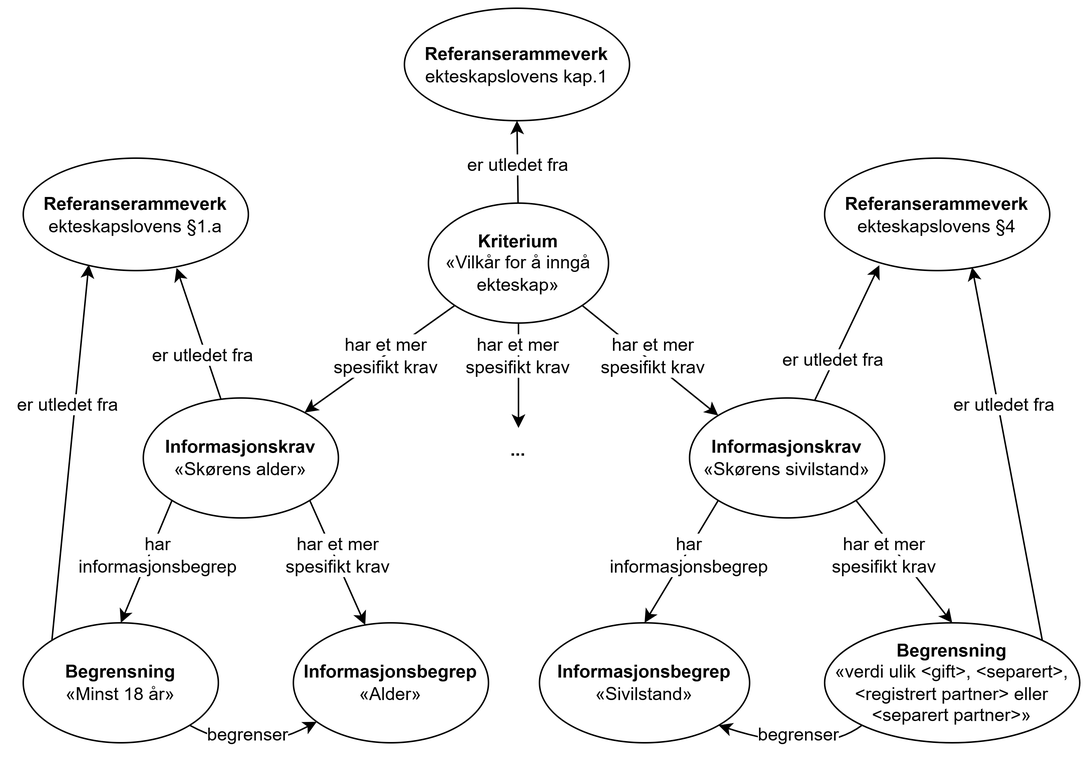
Above: docs/images/Figur-eksempelbruk-krav-utledet-fra-regelverk.png in Informasjonsforvaltning/cccev-ap-no (draw.io), before the change. Source tidied: cells renumbered, new cells last; positions are measured from the earlier drawing's top-left corner, leaving out a move shared by most shapes.
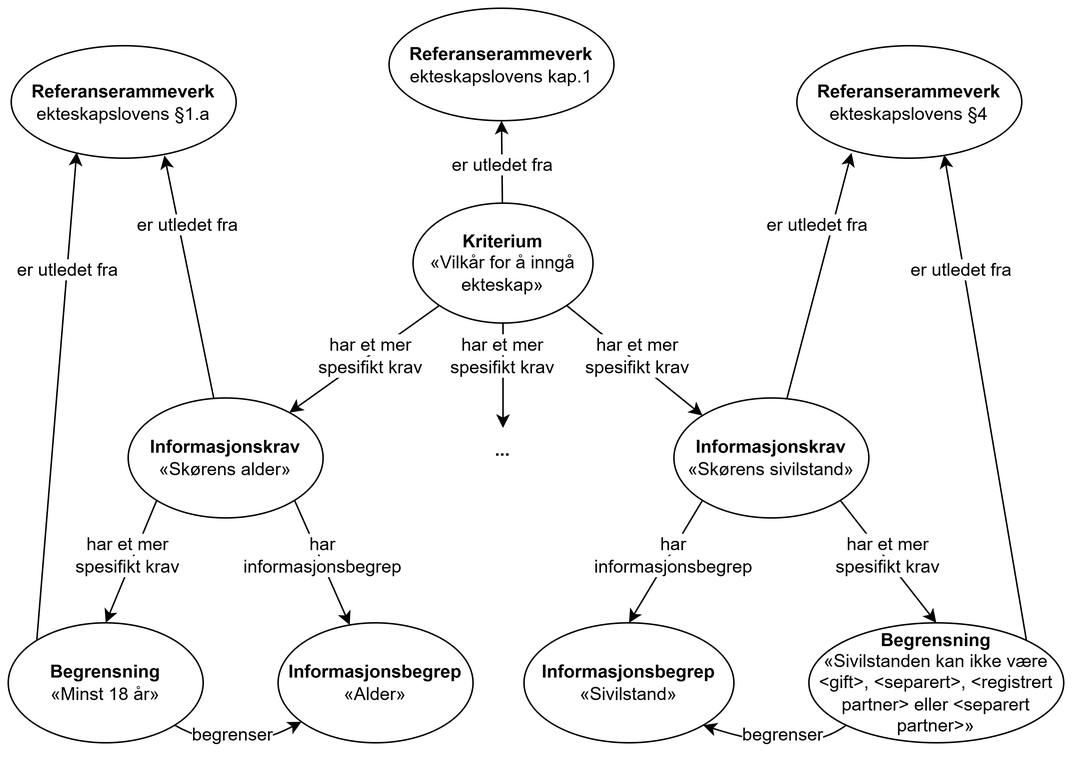
After the commit.

Diff of the diagram source:
```diff
@@ -20,7 +20,7 @@
     <mxCell id="7" value="&lt;b&gt;Informasjonsbegrep&lt;/b&gt;&lt;div&gt;«Sivilstand»&lt;/div&gt;" style="ellipse;whiteSpace=wrap;html=1;" parent="1" vertex="1">
       <mxGeometry x="354" y="410" width="140" height="80" as="geometry" />
     </mxCell>
-    <mxCell id="8" value="&lt;b&gt;Begrensning&lt;/b&gt;&lt;div&gt;«verdi ulik &amp;lt;gift&amp;gt;, &amp;lt;separert&amp;gt;, &amp;lt;registrert partner&amp;gt; eller &amp;lt;separert partner&amp;gt;»&lt;/div&gt;" style="ellipse;whiteSpace=wrap;html=1;" parent="1" vertex="1">
+    <mxCell id="8" value="&lt;b&gt;Begrensning&lt;/b&gt;&lt;div&gt;«Sivilstanden kan ikke være &amp;lt;gift&amp;gt;, &amp;lt;separert&amp;gt;, &amp;lt;registrert partner&amp;gt; eller &amp;lt;separert partner&amp;gt;»&lt;/div&gt;" style="ellipse;whiteSpace=wrap;html=1;" parent="1" vertex="1">
       <mxGeometry x="544" y="410" width="170" height="80" as="geometry" />
     </mxCell>
     <mxCell id="9" style="endArrow=classic;html=1;rounded=0;exitX=0;exitY=1;exitDx=0;exitDy=0;" parent="1" edge="1" source="2" target="3">
@@ -57,13 +57,13 @@
       <mxGeometry x="390" y="217" width="80" height="30" as="geometry" />
     </mxCell>
     <mxCell id="20" value="&lt;span style=&quot;background-color: light-dark(#ffffff, var(--ge-dark-color, #121212));&quot;&gt;har et mer spesifikt krav&lt;/span&gt;" style="text;html=1;whiteSpace=wrap;strokeColor=none;fillColor=none;align=center;verticalAlign=middle;rounded=0;" parent="1" vertex="1">
-      <mxGeometry x="180" y="350" width="80" height="30" as="geometry" />
+      <mxGeometry x="50" y="350" width="80" height="30" as="geometry" />
     </mxCell>
     <mxCell id="21" value="&lt;span style=&quot;background-color: light-dark(#ffffff, var(--ge-dark-color, #121212));&quot;&gt;har et mer spesifikt krav&lt;/span&gt;" style="text;html=1;whiteSpace=wrap;strokeColor=none;fillColor=none;align=center;verticalAlign=middle;rounded=0;" parent="1" vertex="1">
-      <mxGeometry x="544" y="350" width="80" height="30" as="geometry" />
+      <mxGeometry x="557" y="350" width="80" height="30" as="geometry" />
     </mxCell>
     <mxCell id="22" value="&lt;span style=&quot;background-color: light-dark(#ffffff, var(--ge-dark-color, #121212));&quot;&gt;har informasjonsbegrep&lt;/span&gt;" style="text;html=1;whiteSpace=wrap;strokeColor=none;fillColor=none;align=center;verticalAlign=middle;rounded=0;" parent="1" vertex="1">
-      <mxGeometry x="60" y="350" width="80" height="30" as="geometry" />
+      <mxGeometry x="180" y="350" width="80" height="30" as="geometry" />
     </mxCell>
     <mxCell id="23" value="&lt;span style=&quot;background-color: light-dark(#ffffff, var(--ge-dark-color, #121212));&quot;&gt;har informasjonsbegrep&lt;/span&gt;" style="text;html=1;whiteSpace=wrap;strokeColor=none;fillColor=none;align=center;verticalAlign=middle;rounded=0;" parent="1" vertex="1">
       <mxGeometry x="414" y="350" width="80" height="30" as="geometry" />
@@ -98,10 +98,10 @@
       <mxGeometry x="300" y="90" width="80" height="30" as="geometry" />
     </mxCell>
     <mxCell id="31" value="&lt;b&gt;Referanserammeverk&lt;/b&gt;&lt;div&gt;ekteskapslovens §1.a&lt;/div&gt;" style="ellipse;whiteSpace=wrap;html=1;" parent="1" vertex="1">
-      <mxGeometry x="10" y="100" width="150" height="75" as="geometry" />
+      <mxGeometry x="12" y="25" width="150" height="75" as="geometry" />
     </mxCell>
     <mxCell id="32" value="&lt;b&gt;Referanserammeverk&lt;/b&gt;&lt;div&gt;ekteskapslovens §4&lt;/div&gt;" style="ellipse;whiteSpace=wrap;html=1;" parent="1" vertex="1">
-      <mxGeometry x="544" y="100" width="150" height="75" as="geometry" />
+      <mxGeometry x="536" y="25" width="150" height="75" as="geometry" />
     </mxCell>
     <mxCell id="33" style="endArrow=classic;html=1;rounded=0;entryX=0.681;entryY=0.976;entryDx=0;entryDy=0;entryPerimeter=0;" parent="1" edge="1" source="3" target="31">
       <mxGeometry relative="1" as="geometry" />
@@ -116,16 +116,16 @@
       <mxGeometry relative="1" as="geometry" />
     </mxCell>
     <mxCell id="37" value="&lt;span style=&quot;background-color: light-dark(#ffffff, var(--ge-dark-color, #121212));&quot;&gt;er utledet fra&lt;/span&gt;" style="text;html=1;whiteSpace=wrap;strokeColor=none;fillColor=none;align=center;verticalAlign=middle;rounded=0;" parent="1" vertex="1">
-      <mxGeometry y="250" width="80" height="30" as="geometry" />
+      <mxGeometry x="10" y="160" width="80" height="30" as="geometry" />
     </mxCell>
     <mxCell id="38" value="&lt;span style=&quot;background-color: light-dark(#ffffff, var(--ge-dark-color, #121212));&quot;&gt;er utledet fra&lt;/span&gt;" style="text;html=1;whiteSpace=wrap;strokeColor=none;fillColor=none;align=center;verticalAlign=middle;rounded=0;" parent="1" vertex="1">
-      <mxGeometry x="90" y="217" width="80" height="30" as="geometry" />
+      <mxGeometry x="90" y="130" width="80" height="30" as="geometry" />
     </mxCell>
     <mxCell id="39" value="&lt;span style=&quot;background-color: light-dark(#ffffff, var(--ge-dark-color, #121212));&quot;&gt;er utledet fra&lt;/span&gt;" style="text;html=1;whiteSpace=wrap;strokeColor=none;fillColor=none;align=center;verticalAlign=middle;rounded=0;" parent="1" vertex="1">
-      <mxGeometry x="624" y="250" width="80" height="30" as="geometry" />
+      <mxGeometry x="606" y="160" width="80" height="30" as="geometry" />
     </mxCell>
     <mxCell id="40" value="&lt;span style=&quot;background-color: light-dark(#ffffff, var(--ge-dark-color, #121212));&quot;&gt;er utledet fra&lt;/span&gt;" style="text;html=1;whiteSpace=wrap;strokeColor=none;fillColor=none;align=center;verticalAlign=middle;rounded=0;" parent="1" vertex="1">
-      <mxGeometry x="510" y="220" width="80" height="30" as="geometry" />
+      <mxGeometry x="510" y="130" width="80" height="30" as="geometry" />
     </mxCell>
   </root>
 </mxGraphModel>
```
